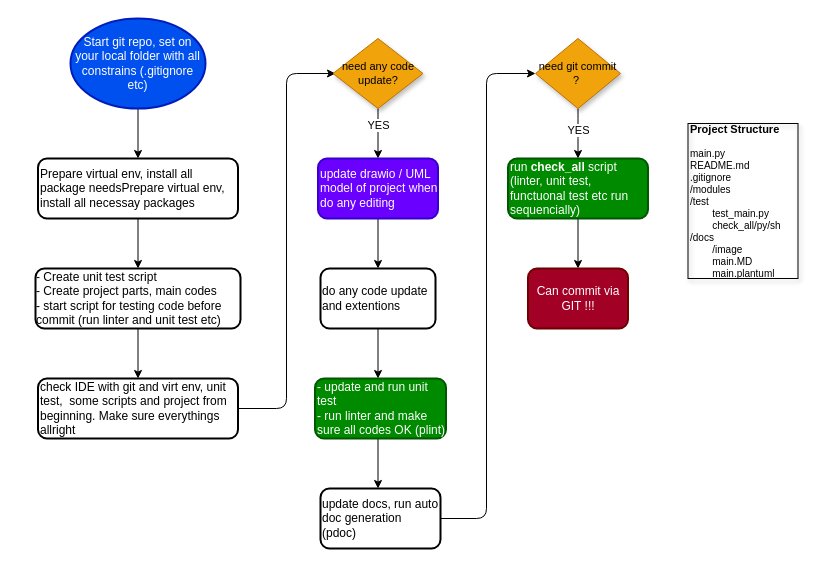
This is sw_project_design/docs/main.drawio from ati-ince/online-pyhon-reminder, a draw.io file, before an edit. Source tidied: cells renumbered, new cells numbered last; positions are measured from the earlier drawing's top-left corner, leaving out a move shared by most shapes. Both pictures are drawn from the tidied source at 100%, with x=0, y=0 at pixel (35, 18).
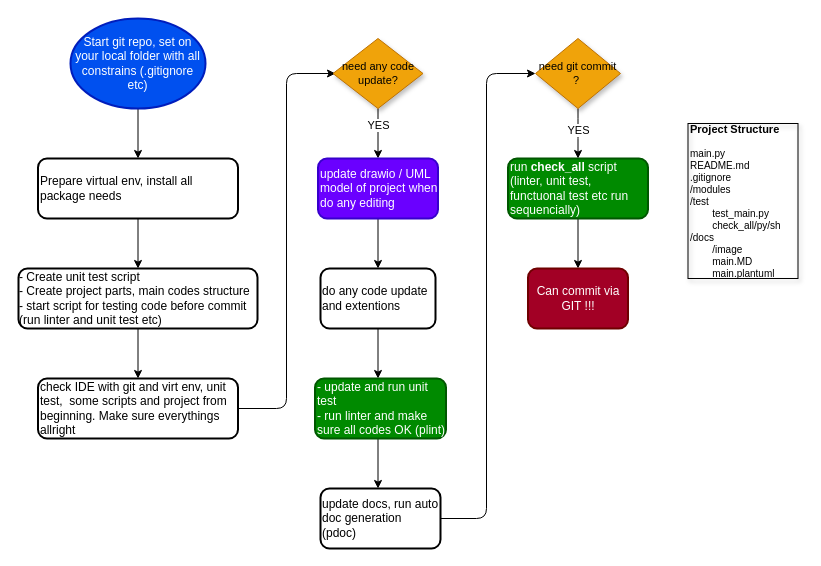
After the change.

Commit message (it also covers changes not shown here):
update main python project structure, need to continue

What changed in the source:
```diff
@@
-    <mxCell id="5" value="&lt;div style=&quot;text-align: left&quot;&gt;&lt;span&gt;- Create unit test script&amp;nbsp;&lt;/span&gt;&lt;/div&gt;&lt;div style=&quot;text-align: left&quot;&gt;&lt;span&gt;- Create project parts, main codes&amp;nbsp;&lt;/span&gt;&lt;/div&gt;&lt;div style=&quot;text-align: left&quot;&gt;-&amp;nbsp;start script for testing code before commit (run linter and unit test etc)&lt;/div&gt;" style="rounded=1;whiteSpace=wrap;html=1;strokeWidth=2;" parent="1" vertex="1">
-      <mxGeometry y="250" width="205" height="60" as="geometry" />
+    <mxCell id="5" value="&lt;div style=&quot;text-align: left&quot;&gt;&lt;span&gt;- Create unit test script&amp;nbsp;&lt;/span&gt;&lt;/div&gt;&lt;div style=&quot;text-align: left&quot;&gt;&lt;span&gt;- Create project parts, main codes structure&amp;nbsp;&lt;/span&gt;&lt;/div&gt;&lt;div style=&quot;text-align: left&quot;&gt;-&amp;nbsp;start script for testing code before commit (run linter and unit test etc)&lt;/div&gt;" style="rounded=1;whiteSpace=wrap;html=1;strokeWidth=2;" parent="1" vertex="1">
+      <mxGeometry x="-17" y="250" width="239" height="60" as="geometry" />
     </mxCell>
@@
-    <mxCell id="7" value="&lt;span&gt;Prepare virtual env, install all package needs&lt;/span&gt;&lt;span&gt;Prepare virtual env, install all necessay packages&lt;/span&gt;" style="rounded=1;whiteSpace=wrap;html=1;strokeWidth=2;align=left;" parent="1" vertex="1">
+    <mxCell id="7" value="&lt;span&gt;Prepare virtual env, install all package needs&lt;/span&gt;" style="rounded=1;whiteSpace=wrap;html=1;strokeWidth=2;align=left;" parent="1" vertex="1">
       <mxGeometry x="2.5" y="140" width="200" height="60" as="geometry" />
     </mxCell>
```
